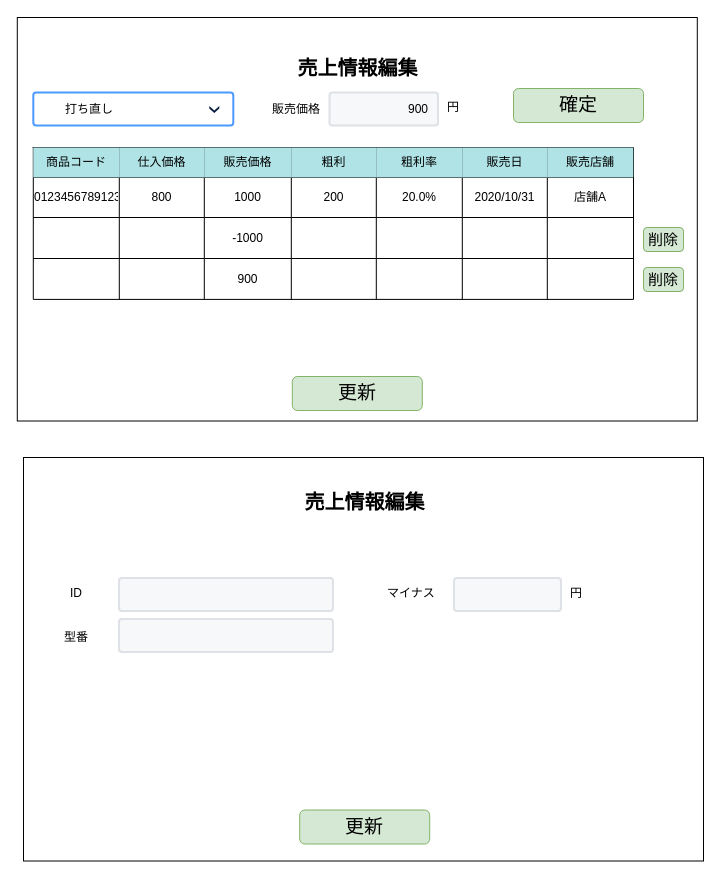
HaruShim/Sotuken keeps this draw.io diagram as page "S11-04 売上情報編集(返金・返品)" (3 of 3) of 各種設計書/6.画面設計書/S11_売上.drawio. Above is the earlier version. Source tidied: cells renumbered, new cells numbered last; positions are measured from the earlier drawing's top-left corner, leaving out a move shared by most shapes. Both pictures are drawn from the tidied source at 100%, with x=0, y=0 at pixel (17, 17).
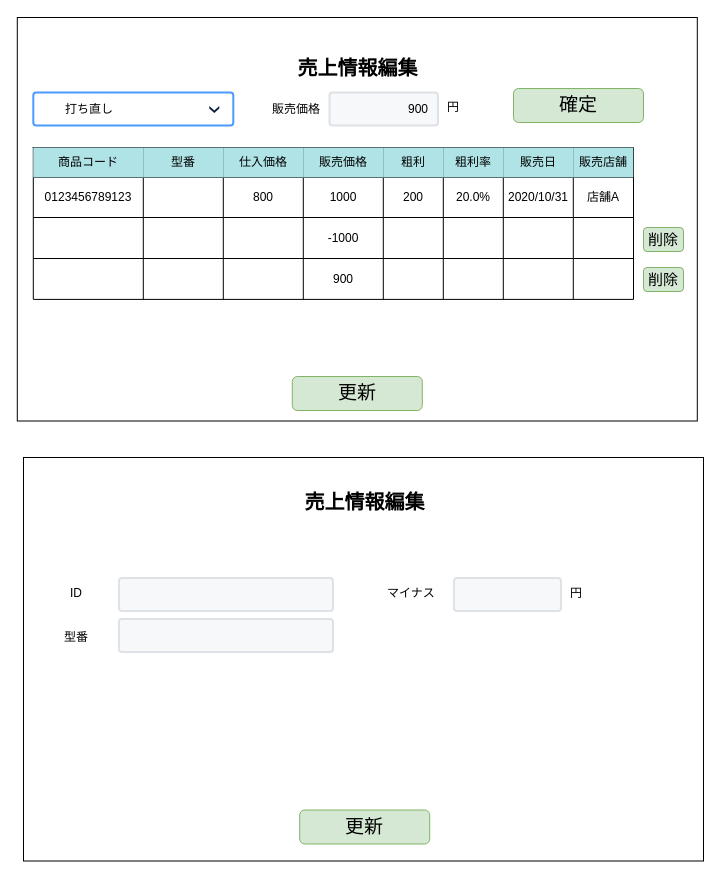
The same diagram, later.

Unchanged cells that the change refers to:
```xml
<mxCell id="6" style="shape=partialRectangle;fillColor=none;top=0;left=0;bottom=0;right=0;" parent="5" vertex="1">
  <mxGeometry width="600.2" height="30" as="geometry" />
</mxCell>
<mxCell id="14" style="shape=partialRectangle;fillColor=none;top=0;left=0;bottom=0;right=0;" parent="5" vertex="1">
  <mxGeometry y="30" width="600.2" height="40" as="geometry" />
</mxCell>
<mxCell id="22" style="shape=partialRectangle;fillColor=none;top=0;left=0;bottom=0;right=0;" parent="5" vertex="1">
  <mxGeometry y="70" width="600.2" height="41" as="geometry" />
</mxCell>
<mxCell id="30" style="shape=partialRectangle;fillColor=none;top=0;left=0;bottom=0;right=0;" parent="5" vertex="1">
  <mxGeometry y="111" width="600.2" height="41" as="geometry" />
</mxCell>
<mxCell id="38" value="打ち直し" style="rounded=1;arcSize=9;fillColor=#ffffff;strokeColor=#4C9AFF;html=1;strokeWidth=2;spacingLeft=30;fontColor=#000000;align=left;" parent="1" vertex="1">
  <mxGeometry x="15.8" y="75" width="200" height="33" as="geometry" />
</mxCell>
```

What changed in the source:
```diff
@@
     <mxCell id="7" value="商品コード" style="shape=partialRectangle;html=1;whiteSpace=wrap;overflow=hidden;fillColor=#b0e3e6;top=0;left=0;bottom=0;right=0;strokeColor=#0e8088;" parent="6" vertex="1">
-      <mxGeometry width="86" height="30" as="geometry" />
+      <mxGeometry width="110" height="30" as="geometry" />
     </mxCell>
+    <mxCell id="58" value="型番" style="shape=partialRectangle;html=1;whiteSpace=wrap;overflow=hidden;fillColor=#b0e3e6;top=0;left=0;bottom=0;right=0;strokeColor=#0e8088;" parent="6" vertex="1">
+      <mxGeometry x="110" width="80" height="30" as="geometry" />
+    </mxCell>
     <mxCell id="8" value="仕入価格" style="shape=partialRectangle;html=1;whiteSpace=wrap;overflow=hidden;fillColor=#b0e3e6;top=0;left=0;bottom=0;right=0;strokeColor=#0e8088;" parent="6" vertex="1">
-      <mxGeometry x="86" width="85" height="30" as="geometry" />
+      <mxGeometry x="190" width="80" height="30" as="geometry" />
     </mxCell>
     <mxCell id="9" value="販売価格" style="shape=partialRectangle;html=1;whiteSpace=wrap;overflow=hidden;fillColor=#b0e3e6;top=0;left=0;bottom=0;right=0;strokeColor=#0e8088;" parent="6" vertex="1">
-      <mxGeometry x="171" width="87" height="30" as="geometry" />
+      <mxGeometry x="270" width="80" height="30" as="geometry" />
     </mxCell>
     <mxCell id="10" value="粗利" style="shape=partialRectangle;html=1;whiteSpace=wrap;overflow=hidden;fillColor=#b0e3e6;top=0;left=0;bottom=0;right=0;strokeColor=#0e8088;" parent="6" vertex="1">
-      <mxGeometry x="258" width="85" height="30" as="geometry" />
+      <mxGeometry x="350" width="60" height="30" as="geometry" />
     </mxCell>
     <mxCell id="11" value="粗利率" style="shape=partialRectangle;html=1;whiteSpace=wrap;overflow=hidden;fillColor=#b0e3e6;top=0;left=0;bottom=0;right=0;strokeColor=#0e8088;" parent="6" vertex="1">
-      <mxGeometry x="343" width="86" height="30" as="geometry" />
+      <mxGeometry x="410" width="60" height="30" as="geometry" />
     </mxCell>
     <mxCell id="12" value="販売日" style="shape=partialRectangle;html=1;whiteSpace=wrap;overflow=hidden;fillColor=#b0e3e6;top=0;left=0;bottom=0;right=0;strokeColor=#0e8088;" parent="6" vertex="1">
-      <mxGeometry x="429" width="85" height="30" as="geometry" />
+      <mxGeometry x="470" width="70" height="30" as="geometry" />
     </mxCell>
     <mxCell id="13" value="販売店舗" style="shape=partialRectangle;html=1;whiteSpace=wrap;overflow=hidden;fillColor=#b0e3e6;top=0;left=0;bottom=0;right=0;strokeColor=#0e8088;" parent="6" vertex="1">
-      <mxGeometry x="514" width="86" height="30" as="geometry" />
+      <mxGeometry x="540" width="60" height="30" as="geometry" />
     </mxCell>
@@
     <mxCell id="15" value="&lt;span style=&quot;text-align: left&quot;&gt;0123456789123&lt;/span&gt;" style="shape=partialRectangle;html=1;whiteSpace=wrap;overflow=hidden;fillColor=none;top=0;left=0;bottom=0;right=0;" parent="14" vertex="1">
-      <mxGeometry width="86" height="40" as="geometry" />
+      <mxGeometry width="110" height="40" as="geometry" />
     </mxCell>
+    <mxCell id="59" style="shape=partialRectangle;html=1;whiteSpace=wrap;overflow=hidden;fillColor=none;top=0;left=0;bottom=0;right=0;" parent="14" vertex="1">
+      <mxGeometry x="110" width="80" height="40" as="geometry" />
+    </mxCell>
     <mxCell id="16" value="800" style="shape=partialRectangle;html=1;whiteSpace=wrap;overflow=hidden;fillColor=none;top=0;left=0;bottom=0;right=0;" parent="14" vertex="1">
-      <mxGeometry x="86" width="85" height="40" as="geometry" />
+      <mxGeometry x="190" width="80" height="40" as="geometry" />
     </mxCell>
     <mxCell id="17" value="1000" style="shape=partialRectangle;html=1;whiteSpace=wrap;overflow=hidden;fillColor=none;top=0;left=0;bottom=0;right=0;" parent="14" vertex="1">
-      <mxGeometry x="171" width="87" height="40" as="geometry" />
+      <mxGeometry x="270" width="80" height="40" as="geometry" />
     </mxCell>
     <mxCell id="18" value="200" style="shape=partialRectangle;html=1;whiteSpace=wrap;overflow=hidden;fillColor=none;top=0;left=0;bottom=0;right=0;" parent="14" vertex="1">
-      <mxGeometry x="258" width="85" height="40" as="geometry" />
+      <mxGeometry x="350" width="60" height="40" as="geometry" />
     </mxCell>
     <mxCell id="19" value="20.0%" style="shape=partialRectangle;html=1;whiteSpace=wrap;overflow=hidden;fillColor=none;top=0;left=0;bottom=0;right=0;" parent="14" vertex="1">
-      <mxGeometry x="343" width="86" height="40" as="geometry" />
+      <mxGeometry x="410" width="60" height="40" as="geometry" />
     </mxCell>
     <mxCell id="20" value="2020/10/31" style="shape=partialRectangle;html=1;whiteSpace=wrap;overflow=hidden;fillColor=none;top=0;left=0;bottom=0;right=0;" parent="14" vertex="1">
-      <mxGeometry x="429" width="85" height="40" as="geometry" />
+      <mxGeometry x="470" width="70" height="40" as="geometry" />
     </mxCell>
     <mxCell id="21" value="店舗A" style="shape=partialRectangle;html=1;whiteSpace=wrap;overflow=hidden;fillColor=none;top=0;left=0;bottom=0;right=0;" parent="14" vertex="1">
-      <mxGeometry x="514" width="86" height="40" as="geometry" />
+      <mxGeometry x="540" width="60" height="40" as="geometry" />
     </mxCell>
@@
-    <mxCell id="23" style="shape=partialRectangle;html=1;whiteSpace=wrap;overflow=hidden;fillColor=none;top=0;left=0;bottom=0;right=0;" parent="22" vertex="1">
-      <mxGeometry width="86" height="41" as="geometry" />
-    </mxCell>
-    <mxCell id="24" style="shape=partialRectangle;html=1;whiteSpace=wrap;overflow=hidden;fillColor=none;top=0;left=0;bottom=0;right=0;" parent="22" vertex="1">
-      <mxGeometry x="86" width="85" height="41" as="geometry" />
-    </mxCell>
+    <mxCell id="60" style="shape=partialRectangle;html=1;whiteSpace=wrap;overflow=hidden;fillColor=none;top=0;left=0;bottom=0;right=0;" parent="22" vertex="1">
+      <mxGeometry width="110" height="41" as="geometry" />
+    </mxCell>
+    <mxCell id="61" style="shape=partialRectangle;html=1;whiteSpace=wrap;overflow=hidden;fillColor=none;top=0;left=0;bottom=0;right=0;" parent="22" vertex="1">
+      <mxGeometry x="110" width="80" height="41" as="geometry" />
+    </mxCell>
+    <mxCell id="62" style="shape=partialRectangle;html=1;whiteSpace=wrap;overflow=hidden;fillColor=none;top=0;left=0;bottom=0;right=0;" parent="22" vertex="1">
+      <mxGeometry x="190" width="80" height="41" as="geometry" />
+    </mxCell>
     <mxCell id="25" value="-1000" style="shape=partialRectangle;html=1;whiteSpace=wrap;overflow=hidden;fillColor=none;top=0;left=0;bottom=0;right=0;" parent="22" vertex="1">
-      <mxGeometry x="171" width="87" height="41" as="geometry" />
+      <mxGeometry x="270" width="80" height="41" as="geometry" />
     </mxCell>
-    <mxCell id="26" style="shape=partialRectangle;html=1;whiteSpace=wrap;overflow=hidden;fillColor=none;top=0;left=0;bottom=0;right=0;" parent="22" vertex="1">
-      <mxGeometry x="258" width="85" height="41" as="geometry" />
-    </mxCell>
-    <mxCell id="27" style="shape=partialRectangle;html=1;whiteSpace=wrap;overflow=hidden;fillColor=none;top=0;left=0;bottom=0;right=0;" parent="22" vertex="1">
-      <mxGeometry x="343" width="86" height="41" as="geometry" />
-    </mxCell>
-    <mxCell id="28" style="shape=partialRectangle;html=1;whiteSpace=wrap;overflow=hidden;fillColor=none;top=0;left=0;bottom=0;right=0;" parent="22" vertex="1">
-      <mxGeometry x="429" width="85" height="41" as="geometry" />
-    </mxCell>
-    <mxCell id="29" style="shape=partialRectangle;html=1;whiteSpace=wrap;overflow=hidden;fillColor=none;top=0;left=0;bottom=0;right=0;" parent="22" vertex="1">
-      <mxGeometry x="514" width="86" height="41" as="geometry" />
-    </mxCell>
+    <mxCell id="63" style="shape=partialRectangle;html=1;whiteSpace=wrap;overflow=hidden;fillColor=none;top=0;left=0;bottom=0;right=0;" parent="22" vertex="1">
+      <mxGeometry x="350" width="60" height="41" as="geometry" />
+    </mxCell>
+    <mxCell id="64" style="shape=partialRectangle;html=1;whiteSpace=wrap;overflow=hidden;fillColor=none;top=0;left=0;bottom=0;right=0;" parent="22" vertex="1">
+      <mxGeometry x="410" width="60" height="41" as="geometry" />
+    </mxCell>
+    <mxCell id="65" style="shape=partialRectangle;html=1;whiteSpace=wrap;overflow=hidden;fillColor=none;top=0;left=0;bottom=0;right=0;" parent="22" vertex="1">
+      <mxGeometry x="470" width="70" height="41" as="geometry" />
+    </mxCell>
+    <mxCell id="66" style="shape=partialRectangle;html=1;whiteSpace=wrap;overflow=hidden;fillColor=none;top=0;left=0;bottom=0;right=0;" parent="22" vertex="1">
+      <mxGeometry x="540" width="60" height="41" as="geometry" />
+    </mxCell>
@@
-    <mxCell id="31" style="shape=partialRectangle;html=1;whiteSpace=wrap;overflow=hidden;fillColor=none;top=0;left=0;bottom=0;right=0;" parent="30" vertex="1">
-      <mxGeometry width="86" height="41" as="geometry" />
-    </mxCell>
-    <mxCell id="32" style="shape=partialRectangle;html=1;whiteSpace=wrap;overflow=hidden;fillColor=none;top=0;left=0;bottom=0;right=0;" parent="30" vertex="1">
-      <mxGeometry x="86" width="85" height="41" as="geometry" />
-    </mxCell>
+    <mxCell id="67" style="shape=partialRectangle;html=1;whiteSpace=wrap;overflow=hidden;fillColor=none;top=0;left=0;bottom=0;right=0;" parent="30" vertex="1">
+      <mxGeometry width="110" height="41" as="geometry" />
+    </mxCell>
+    <mxCell id="68" style="shape=partialRectangle;html=1;whiteSpace=wrap;overflow=hidden;fillColor=none;top=0;left=0;bottom=0;right=0;" parent="30" vertex="1">
+      <mxGeometry x="110" width="80" height="41" as="geometry" />
+    </mxCell>
+    <mxCell id="69" style="shape=partialRectangle;html=1;whiteSpace=wrap;overflow=hidden;fillColor=none;top=0;left=0;bottom=0;right=0;" parent="30" vertex="1">
+      <mxGeometry x="190" width="80" height="41" as="geometry" />
+    </mxCell>
     <mxCell id="33" value="900" style="shape=partialRectangle;html=1;whiteSpace=wrap;overflow=hidden;fillColor=none;top=0;left=0;bottom=0;right=0;" parent="30" vertex="1">
-      <mxGeometry x="171" width="87" height="41" as="geometry" />
+      <mxGeometry x="270" width="80" height="41" as="geometry" />
     </mxCell>
-    <mxCell id="34" style="shape=partialRectangle;html=1;whiteSpace=wrap;overflow=hidden;fillColor=none;top=0;left=0;bottom=0;right=0;" parent="30" vertex="1">
-      <mxGeometry x="258" width="85" height="41" as="geometry" />
-    </mxCell>
-    <mxCell id="35" style="shape=partialRectangle;html=1;whiteSpace=wrap;overflow=hidden;fillColor=none;top=0;left=0;bottom=0;right=0;" parent="30" vertex="1">
-      <mxGeometry x="343" width="86" height="41" as="geometry" />
-    </mxCell>
-    <mxCell id="36" style="shape=partialRectangle;html=1;whiteSpace=wrap;overflow=hidden;fillColor=none;top=0;left=0;bottom=0;right=0;" parent="30" vertex="1">
-      <mxGeometry x="429" width="85" height="41" as="geometry" />
-    </mxCell>
-    <mxCell id="37" style="shape=partialRectangle;html=1;whiteSpace=wrap;overflow=hidden;fillColor=none;top=0;left=0;bottom=0;right=0;" parent="30" vertex="1">
-      <mxGeometry x="514" width="86" height="41" as="geometry" />
-    </mxCell>
+    <mxCell id="70" style="shape=partialRectangle;html=1;whiteSpace=wrap;overflow=hidden;fillColor=none;top=0;left=0;bottom=0;right=0;" parent="30" vertex="1">
+      <mxGeometry x="350" width="60" height="41" as="geometry" />
+    </mxCell>
+    <mxCell id="71" style="shape=partialRectangle;html=1;whiteSpace=wrap;overflow=hidden;fillColor=none;top=0;left=0;bottom=0;right=0;" parent="30" vertex="1">
+      <mxGeometry x="410" width="60" height="41" as="geometry" />
+    </mxCell>
+    <mxCell id="72" style="shape=partialRectangle;html=1;whiteSpace=wrap;overflow=hidden;fillColor=none;top=0;left=0;bottom=0;right=0;" parent="30" vertex="1">
+      <mxGeometry x="470" width="70" height="41" as="geometry" />
+    </mxCell>
+    <mxCell id="73" style="shape=partialRectangle;html=1;whiteSpace=wrap;overflow=hidden;fillColor=none;top=0;left=0;bottom=0;right=0;" parent="30" vertex="1">
+      <mxGeometry x="540" width="60" height="41" as="geometry" />
+    </mxCell>
@@
-    <mxCell id="39" style="shape=step;whiteSpace=wrap;html=1;rounded=0;strokeColor=none;strokeWidth=2;fillColor=#0A1E43;gradientColor=none;fontFamily=Verdana;fontSize=14;fontColor=#000000;align=left;direction=south;size=0.65;" parent="38" vertex="1">
-      <mxGeometry x="1" y="0.5" width="10" height="7" relative="1" as="geometry">
-        <mxPoint x="-24" y="-3" as="offset" />
-      </mxGeometry>
-    </mxCell>
+    <mxCell id="74" style="shape=step;whiteSpace=wrap;html=1;rounded=0;strokeColor=none;strokeWidth=2;fillColor=#0A1E43;gradientColor=none;fontFamily=Verdana;fontSize=14;fontColor=#000000;align=left;direction=south;size=0.65;" parent="38" vertex="1">
+      <mxGeometry x="1" y="0.5" width="10" height="7" relative="1" as="geometry">
+        <mxPoint x="-24" y="-3" as="offset" />
+      </mxGeometry>
+    </mxCell>
```
